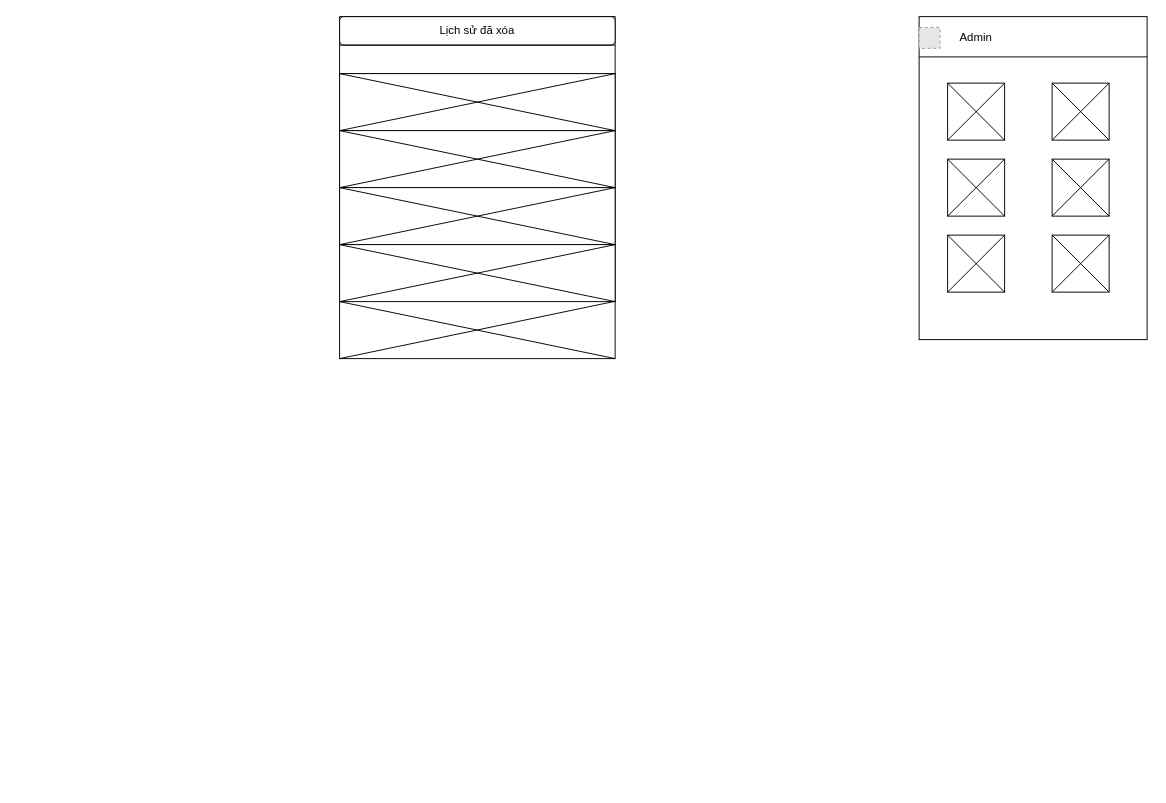
This is NVBH sequence.drawio from RomJoke/K, a draw.io file, before an edit. Source tidied: cells renumbered, new cells numbered last; positions are measured from the earlier drawing's top-left corner, leaving out a move shared by most shapes. Both pictures are drawn from the tidied source at 95%, with x=0, y=0 at pixel (339, 16). Pictures stored in the file or linked from it are replaced by grey dashed boxes.
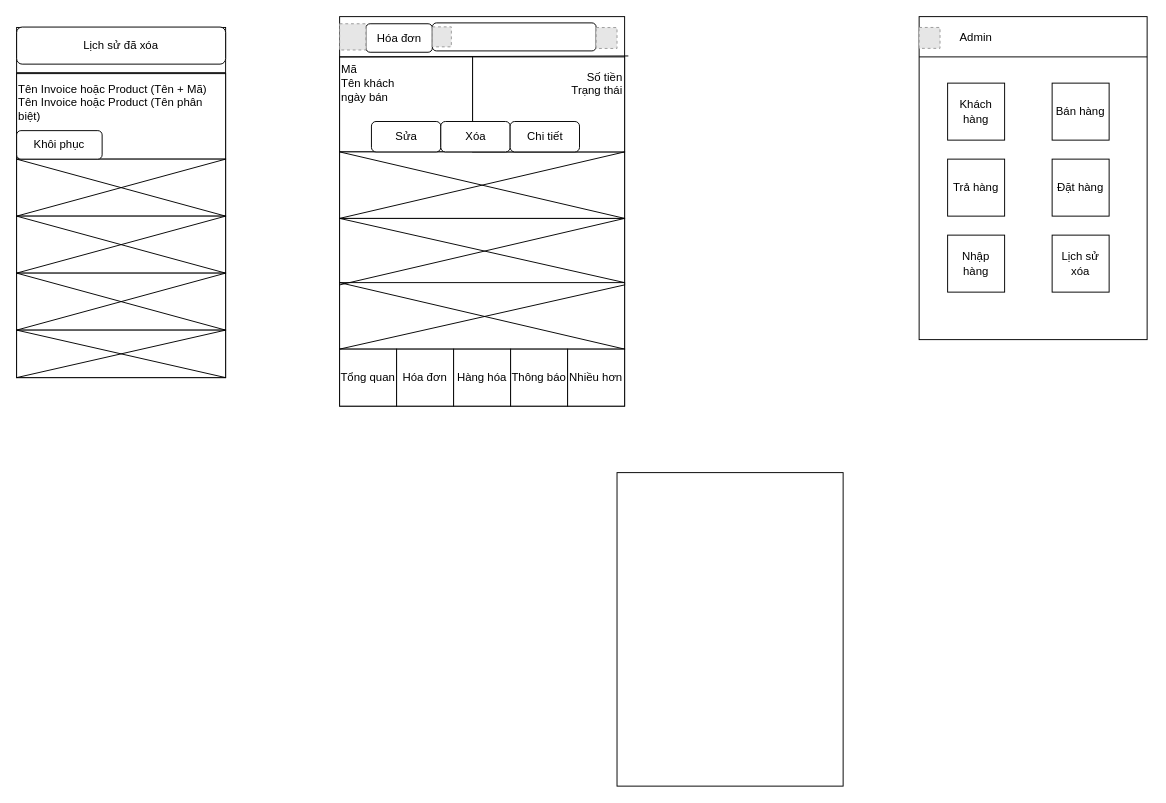
After the change.

Diff of the diagram source:
```diff
@@
     <mxCell id="2" style="rounded=0;whiteSpace=wrap;html=1;" parent="1" vertex="1">
-      <mxGeometry width="290" height="360" as="geometry" />
+      <mxGeometry width="300" height="410" as="geometry" />
     </mxCell>
-    <mxCell id="3" value="Lịch sử đã xóa" style="rounded=1;whiteSpace=wrap;html=1;align=center;" parent="1" vertex="1">
-      <mxGeometry width="290" height="30" as="geometry" />
+    <mxCell id="3" value="Hóa đơn" style="rounded=1;whiteSpace=wrap;html=1;align=center;" parent="1" vertex="1">
+      <mxGeometry x="27.6" y="7.5" width="70" height="30" as="geometry" />
     </mxCell>
-    <mxCell id="4" style="endArrow=none;html=1;rounded=0;exitX=0;exitY=0.25;exitDx=0;exitDy=0;entryX=1;entryY=0.25;entryDx=0;entryDy=0;" parent="1" edge="1">
-      <mxGeometry relative="1" as="geometry">
-        <mxPoint y="30" as="sourcePoint" />
-        <mxPoint x="290" y="30" as="targetPoint" />
-      </mxGeometry>
-    </mxCell>
@@
-    <mxCell id="8" style="whiteSpace=wrap;html=1;" parent="1" vertex="1">
+    <mxCell id="8" value="Khách hàng" style="whiteSpace=wrap;html=1;" parent="1" vertex="1">
       <mxGeometry x="640" y="70" width="60" height="60" as="geometry" />
     </mxCell>
-    <mxCell id="9" style="whiteSpace=wrap;html=1;" parent="1" vertex="1">
+    <mxCell id="9" value="Bán hàng" style="whiteSpace=wrap;html=1;" parent="1" vertex="1">
       <mxGeometry x="750" y="70" width="60" height="60" as="geometry" />
     </mxCell>
-    <mxCell id="10" style="whiteSpace=wrap;html=1;" parent="1" vertex="1">
+    <mxCell id="10" value="Trả hàng" style="whiteSpace=wrap;html=1;" parent="1" vertex="1">
       <mxGeometry x="640" y="150" width="60" height="60" as="geometry" />
     </mxCell>
-    <mxCell id="11" style="whiteSpace=wrap;html=1;" parent="1" vertex="1">
+    <mxCell id="11" value="Đặt hàng" style="whiteSpace=wrap;html=1;" parent="1" vertex="1">
       <mxGeometry x="750" y="150" width="60" height="60" as="geometry" />
     </mxCell>
-    <mxCell id="12" style="whiteSpace=wrap;html=1;" parent="1" vertex="1">
+    <mxCell id="12" value="Nhập hàng" style="whiteSpace=wrap;html=1;" parent="1" vertex="1">
       <mxGeometry x="640" y="230" width="60" height="60" as="geometry" />
     </mxCell>
-    <mxCell id="13" style="whiteSpace=wrap;html=1;" parent="1" vertex="1">
+    <mxCell id="13" value="Lịch sử xóa" style="whiteSpace=wrap;html=1;" parent="1" vertex="1">
       <mxGeometry x="750" y="230" width="60" height="60" as="geometry" />
     </mxCell>
-    <mxCell id="14" style="endArrow=none;html=1;rounded=0;entryX=0;entryY=0;entryDx=0;entryDy=0;exitX=1;exitY=1;exitDx=0;exitDy=0;" parent="1" edge="1" source="8" target="8">
-      <mxGeometry relative="1" as="geometry" />
-    </mxCell>
-    <mxCell id="15" style="endArrow=none;html=1;rounded=0;entryX=1;entryY=0;entryDx=0;entryDy=0;exitX=0;exitY=1;exitDx=0;exitDy=0;" parent="1" edge="1" source="8" target="8">
-      <mxGeometry relative="1" as="geometry" />
-    </mxCell>
-    <mxCell id="16" style="endArrow=none;html=1;rounded=0;entryX=0;entryY=0;entryDx=0;entryDy=0;exitX=1;exitY=1;exitDx=0;exitDy=0;" parent="1" edge="1" source="10" target="10">
-      <mxGeometry relative="1" as="geometry" />
-    </mxCell>
-    <mxCell id="17" style="endArrow=none;html=1;rounded=0;entryX=1;entryY=0;entryDx=0;entryDy=0;exitX=0;exitY=1;exitDx=0;exitDy=0;" parent="1" edge="1" source="10" target="10">
-      <mxGeometry relative="1" as="geometry" />
-    </mxCell>
-    <mxCell id="18" style="endArrow=none;html=1;rounded=0;entryX=1;entryY=0;entryDx=0;entryDy=0;exitX=0;exitY=1;exitDx=0;exitDy=0;" parent="1" edge="1" source="9" target="9">
-      <mxGeometry relative="1" as="geometry" />
-    </mxCell>
-    <mxCell id="19" style="endArrow=none;html=1;rounded=0;entryX=1;entryY=0;entryDx=0;entryDy=0;exitX=0;exitY=1;exitDx=0;exitDy=0;" parent="1" edge="1" source="11" target="11">
-      <mxGeometry relative="1" as="geometry" />
-    </mxCell>
-    <mxCell id="20" style="endArrow=none;html=1;rounded=0;entryX=1;entryY=0;entryDx=0;entryDy=0;exitX=0;exitY=1;exitDx=0;exitDy=0;" parent="1" edge="1" source="13" target="13">
-      <mxGeometry relative="1" as="geometry" />
-    </mxCell>
-    <mxCell id="21" style="endArrow=none;html=1;rounded=0;entryX=1;entryY=0;entryDx=0;entryDy=0;exitX=0;exitY=1;exitDx=0;exitDy=0;" parent="1" edge="1" source="12" target="12">
-      <mxGeometry relative="1" as="geometry" />
-    </mxCell>
-    <mxCell id="22" style="endArrow=none;html=1;rounded=0;entryX=0;entryY=0;entryDx=0;entryDy=0;exitX=1;exitY=1;exitDx=0;exitDy=0;" parent="1" edge="1" source="12" target="12">
-      <mxGeometry relative="1" as="geometry" />
-    </mxCell>
-    <mxCell id="23" style="endArrow=none;html=1;rounded=0;entryX=0;entryY=0;entryDx=0;entryDy=0;exitX=1;exitY=1;exitDx=0;exitDy=0;" parent="1" edge="1" source="9" target="9">
-      <mxGeometry relative="1" as="geometry" />
-    </mxCell>
-    <mxCell id="24" style="endArrow=none;html=1;rounded=0;entryX=0;entryY=0;entryDx=0;entryDy=0;exitX=1;exitY=1;exitDx=0;exitDy=0;" parent="1" edge="1" source="11" target="11">
-      <mxGeometry relative="1" as="geometry" />
-    </mxCell>
-    <mxCell id="25" style="endArrow=none;html=1;rounded=0;entryX=0;entryY=0;entryDx=0;entryDy=0;exitX=1;exitY=1;exitDx=0;exitDy=0;" parent="1" edge="1" source="13" target="13">
-      <mxGeometry relative="1" as="geometry" />
-    </mxCell>
@@
-    <mxCell id="27" style="endArrow=none;html=1;rounded=0;exitX=0;exitY=0.25;exitDx=0;exitDy=0;entryX=1;entryY=0.25;entryDx=0;entryDy=0;" parent="1" edge="1">
-      <mxGeometry relative="1" as="geometry">
-        <mxPoint y="60" as="sourcePoint" />
-        <mxPoint x="290" y="60" as="targetPoint" />
-      </mxGeometry>
-    </mxCell>
-    <mxCell id="28" style="rounded=0;whiteSpace=wrap;html=1;" parent="1" vertex="1">
-      <mxGeometry y="60" width="290" height="60" as="geometry" />
+    <mxCell id="28" value="Mã&lt;div&gt;Tên khách&lt;/div&gt;&lt;div&gt;ngày bán&lt;br&gt;&lt;div&gt;&lt;br&gt;&lt;/div&gt;&lt;div&gt;&lt;br&gt;&lt;/div&gt;&lt;div&gt;&lt;br&gt;&lt;/div&gt;&lt;/div&gt;" style="rounded=0;whiteSpace=wrap;html=1;align=left;" parent="1" vertex="1">
+      <mxGeometry y="42.4" width="140" height="100" as="geometry" />
     </mxCell>
     <mxCell id="29" style="rounded=0;whiteSpace=wrap;html=1;" parent="1" vertex="1">
-      <mxGeometry y="120" width="290" height="60" as="geometry" />
+      <mxGeometry y="142.4" width="300" height="70" as="geometry" />
     </mxCell>
     <mxCell id="30" style="rounded=0;whiteSpace=wrap;html=1;" parent="1" vertex="1">
-      <mxGeometry y="180" width="290" height="60" as="geometry" />
+      <mxGeometry y="212.4" width="300" height="70" as="geometry" />
     </mxCell>
     <mxCell id="31" style="rounded=0;whiteSpace=wrap;html=1;" parent="1" vertex="1">
-      <mxGeometry y="240" width="290" height="60" as="geometry" />
+      <mxGeometry y="280" width="300" height="70" as="geometry" />
     </mxCell>
-    <mxCell id="32" style="endArrow=none;html=1;rounded=0;exitX=0;exitY=0;exitDx=0;exitDy=0;entryX=1;entryY=0;entryDx=0;entryDy=0;" parent="1" edge="1" source="28" target="29">
-      <mxGeometry relative="1" as="geometry" />
-    </mxCell>
-    <mxCell id="33" style="endArrow=none;html=1;rounded=0;entryX=1;entryY=0;entryDx=0;entryDy=0;exitX=0;exitY=0;exitDx=0;exitDy=0;" parent="1" edge="1" source="29" target="28">
-      <mxGeometry relative="1" as="geometry" />
-    </mxCell>
+    <mxCell id="42" style="fillColor=#E6E6E6;strokeColor=#999999;dashed=1;verticalLabelPosition=bottom;verticalAlign=top;" parent="1" vertex="1">
+      <mxGeometry y="7.5" width="27.6" height="27.6" as="geometry" />
+    </mxCell>
+    <mxCell id="43" style="rounded=1;whiteSpace=wrap;html=1;" parent="1" vertex="1">
+      <mxGeometry x="97.6" y="6.6" width="172.4" height="29.5" as="geometry" />
+    </mxCell>
+    <mxCell id="44" style="fillColor=#E6E6E6;strokeColor=#999999;dashed=1;verticalLabelPosition=bottom;verticalAlign=top;" parent="1" vertex="1">
+      <mxGeometry x="97.6" y="10.8" width="20" height="21" as="geometry" />
+    </mxCell>
+    <mxCell id="45" style="fillColor=#E6E6E6;strokeColor=#999999;dashed=1;verticalLabelPosition=bottom;verticalAlign=top;" parent="1" vertex="1">
+      <mxGeometry x="270" y="11.5" width="22" height="22" as="geometry" />
+    </mxCell>
+    <mxCell id="46" value="Tổng quan" style="whiteSpace=wrap;html=1;" parent="1" vertex="1">
+      <mxGeometry y="350" width="60" height="60" as="geometry" />
+    </mxCell>
+    <mxCell id="47" value="Hóa đơn" style="whiteSpace=wrap;html=1;" parent="1" vertex="1">
+      <mxGeometry x="60" y="350" width="60" height="60" as="geometry" />
+    </mxCell>
+    <mxCell id="48" value="Hàng hóa" style="whiteSpace=wrap;html=1;" parent="1" vertex="1">
+      <mxGeometry x="120" y="350" width="60" height="60" as="geometry" />
+    </mxCell>
+    <mxCell id="49" value="Thông báo" style="whiteSpace=wrap;html=1;" parent="1" vertex="1">
+      <mxGeometry x="180" y="350" width="60" height="60" as="geometry" />
+    </mxCell>
-    <mxCell id="34" style="endArrow=none;html=1;rounded=0;exitX=0;exitY=0;exitDx=0;exitDy=0;entryX=1;entryY=1;entryDx=0;entryDy=0;" parent="1" edge="1" source="29" target="29">
+    <mxCell id="34" style="endArrow=none;html=1;rounded=0;entryX=0;entryY=0;entryDx=0;entryDy=0;exitX=1;exitY=1;exitDx=0;exitDy=0;" parent="1" edge="1" source="29" target="29">
       <mxGeometry relative="1" as="geometry" />
     </mxCell>
+    <mxCell id="50" value="&lt;div&gt;&lt;div&gt;Số tiền&lt;/div&gt;&lt;div&gt;Trạng thái&lt;/div&gt;&lt;div&gt;&lt;br&gt;&lt;/div&gt;&lt;div&gt;&lt;br&gt;&lt;/div&gt;&lt;div&gt;&lt;br&gt;&lt;/div&gt;&lt;/div&gt;" style="rounded=0;whiteSpace=wrap;html=1;align=right;" parent="1" vertex="1">
+      <mxGeometry x="140" y="42.4" width="160" height="100" as="geometry" />
+    </mxCell>
-    <mxCell id="35" style="endArrow=none;html=1;rounded=0;exitX=0;exitY=0;exitDx=0;exitDy=0;entryX=1;entryY=0;entryDx=0;entryDy=0;" parent="1" edge="1" source="30" target="29">
+    <mxCell id="35" style="endArrow=none;html=1;rounded=0;entryX=1;entryY=0;entryDx=0;entryDy=0;exitX=0;exitY=0;exitDx=0;exitDy=0;" parent="1" edge="1" source="30" target="29">
       <mxGeometry relative="1" as="geometry" />
     </mxCell>
-    <mxCell id="36" style="endArrow=none;html=1;rounded=0;exitX=0;exitY=1;exitDx=0;exitDy=0;entryX=1;entryY=0;entryDx=0;entryDy=0;" parent="1" edge="1" source="30" target="30">
-      <mxGeometry relative="1" as="geometry" />
-    </mxCell>
-    <mxCell id="37" style="endArrow=none;html=1;rounded=0;entryX=0;entryY=0;entryDx=0;entryDy=0;exitX=1;exitY=1;exitDx=0;exitDy=0;" parent="1" edge="1" source="30" target="30">
-      <mxGeometry relative="1" as="geometry" />
-    </mxCell>
-    <mxCell id="38" style="endArrow=none;html=1;rounded=0;entryX=0;entryY=0;entryDx=0;entryDy=0;exitX=1;exitY=1;exitDx=0;exitDy=0;" parent="1" edge="1" source="31" target="31">
-      <mxGeometry relative="1" as="geometry" />
-    </mxCell>
-    <mxCell id="39" style="endArrow=none;html=1;rounded=0;entryX=1;entryY=0;entryDx=0;entryDy=0;exitX=0;exitY=1;exitDx=0;exitDy=0;" parent="1" edge="1" source="31" target="31">
-      <mxGeometry relative="1" as="geometry" />
-    </mxCell>
-    <mxCell id="40" style="endArrow=none;html=1;rounded=0;entryX=0;entryY=0;entryDx=0;entryDy=0;exitX=1;exitY=1;exitDx=0;exitDy=0;" parent="1" edge="1" source="2">
-      <mxGeometry relative="1" as="geometry">
-        <mxPoint y="300" as="targetPoint" />
-      </mxGeometry>
-    </mxCell>
-    <mxCell id="41" style="endArrow=none;html=1;rounded=0;entryX=1.002;entryY=0.832;entryDx=0;entryDy=0;entryPerimeter=0;exitX=0;exitY=1;exitDx=0;exitDy=0;" parent="1" edge="1" source="2" target="2">
-      <mxGeometry relative="1" as="geometry" />
-    </mxCell>
+    <mxCell id="51" style="endArrow=none;html=1;rounded=0;entryX=1;entryY=0;entryDx=0;entryDy=0;exitX=0;exitY=1;exitDx=0;exitDy=0;" parent="1" edge="1" source="30" target="30">
+      <mxGeometry relative="1" as="geometry" />
+    </mxCell>
+    <mxCell id="52" style="endArrow=none;html=1;rounded=0;entryX=0;entryY=0;entryDx=0;entryDy=0;exitX=1;exitY=0;exitDx=0;exitDy=0;" parent="1" edge="1" source="31" target="30">
+      <mxGeometry relative="1" as="geometry" />
+    </mxCell>
+    <mxCell id="53" style="endArrow=none;html=1;rounded=0;exitX=0;exitY=0;exitDx=0;exitDy=0;entryX=1;entryY=1;entryDx=0;entryDy=0;" parent="1" edge="1" source="46" target="30">
+      <mxGeometry relative="1" as="geometry" />
+    </mxCell>
+    <mxCell id="54" style="endArrow=none;html=1;rounded=0;entryX=0;entryY=0;entryDx=0;entryDy=0;exitX=1;exitY=1;exitDx=0;exitDy=0;" parent="1" edge="1" source="31" target="31">
+      <mxGeometry relative="1" as="geometry" />
+    </mxCell>
+    <mxCell id="55" value="Nhiều hơn" style="whiteSpace=wrap;html=1;" parent="1" vertex="1">
+      <mxGeometry x="240" y="350" width="60" height="60" as="geometry" />
+    </mxCell>
+    <mxCell id="56" style="rounded=0;whiteSpace=wrap;html=1;" parent="1" vertex="1">
+      <mxGeometry x="-340" y="11.4" width="220" height="368.6" as="geometry" />
+    </mxCell>
+    <mxCell id="57" value="Lịch sử đã xóa" style="rounded=1;whiteSpace=wrap;html=1;" parent="1" vertex="1">
+      <mxGeometry x="-340" y="11" width="220" height="39" as="geometry" />
+    </mxCell>
+    <mxCell id="58" value="Tên Invoice hoặc Product (Tên + Mã)&lt;div&gt;Tên Invoice hoặc Product (Tên phân biệt)&lt;/div&gt;&lt;div&gt;&lt;br&gt;&lt;/div&gt;&lt;div&gt;&lt;br&gt;&lt;/div&gt;" style="rounded=0;whiteSpace=wrap;html=1;align=left;" parent="1" vertex="1">
+      <mxGeometry x="-340" y="60" width="220" height="90" as="geometry" />
+    </mxCell>
+    <mxCell id="59" style="endArrow=none;html=1;rounded=0;entryX=1;entryY=0.5;entryDx=0;entryDy=0;exitX=0;exitY=0.5;exitDx=0;exitDy=0;" parent="1" edge="1">
+      <mxGeometry relative="1" as="geometry">
+        <mxPoint x="-340" y="59" as="sourcePoint" />
+        <mxPoint x="-120" y="59" as="targetPoint" />
+      </mxGeometry>
+    </mxCell>
+    <mxCell id="60" style="rounded=0;whiteSpace=wrap;html=1;" parent="1" vertex="1">
+      <mxGeometry x="-340" y="150" width="220" height="60" as="geometry" />
+    </mxCell>
+    <mxCell id="61" style="rounded=0;whiteSpace=wrap;html=1;" parent="1" vertex="1">
+      <mxGeometry x="-340" y="210" width="220" height="60" as="geometry" />
+    </mxCell>
+    <mxCell id="62" style="rounded=0;whiteSpace=wrap;html=1;" parent="1" vertex="1">
+      <mxGeometry x="-340" y="270" width="220" height="60" as="geometry" />
+    </mxCell>
+    <mxCell id="63" style="rounded=0;whiteSpace=wrap;html=1;" parent="1" vertex="1">
+      <mxGeometry x="-340" y="330" width="220" height="50" as="geometry" />
+    </mxCell>
+    <mxCell id="64" style="endArrow=none;html=1;rounded=0;entryX=0;entryY=0;entryDx=0;entryDy=0;exitX=1;exitY=1;exitDx=0;exitDy=0;" parent="1" edge="1" source="60" target="60">
+      <mxGeometry relative="1" as="geometry" />
+    </mxCell>
+    <mxCell id="65" style="endArrow=none;html=1;rounded=0;entryX=1;entryY=0;entryDx=0;entryDy=0;exitX=0;exitY=1;exitDx=0;exitDy=0;" parent="1" edge="1" source="60" target="60">
+      <mxGeometry relative="1" as="geometry" />
+    </mxCell>
+    <mxCell id="66" style="endArrow=none;html=1;rounded=0;entryX=1;entryY=0;entryDx=0;entryDy=0;exitX=0;exitY=0;exitDx=0;exitDy=0;" parent="1" edge="1" source="62" target="61">
+      <mxGeometry relative="1" as="geometry" />
+    </mxCell>
+    <mxCell id="67" style="endArrow=none;html=1;rounded=0;entryX=0;entryY=0;entryDx=0;entryDy=0;exitX=1;exitY=1;exitDx=0;exitDy=0;" parent="1" edge="1" source="61" target="61">
+      <mxGeometry relative="1" as="geometry" />
+    </mxCell>
+    <mxCell id="68" style="endArrow=none;html=1;rounded=0;entryX=1;entryY=0;entryDx=0;entryDy=0;exitX=0;exitY=1;exitDx=0;exitDy=0;" parent="1" edge="1" source="62" target="62">
+      <mxGeometry relative="1" as="geometry" />
+    </mxCell>
+    <mxCell id="69" style="endArrow=none;html=1;rounded=0;entryX=0;entryY=0;entryDx=0;entryDy=0;exitX=1;exitY=1;exitDx=0;exitDy=0;" parent="1" edge="1" source="62" target="62">
+      <mxGeometry relative="1" as="geometry" />
+    </mxCell>
+    <mxCell id="70" style="endArrow=none;html=1;rounded=0;entryX=0;entryY=0;entryDx=0;entryDy=0;exitX=1;exitY=1;exitDx=0;exitDy=0;" parent="1" edge="1" source="63" target="63">
+      <mxGeometry relative="1" as="geometry" />
+    </mxCell>
+    <mxCell id="71" style="endArrow=none;html=1;rounded=0;entryX=1;entryY=0;entryDx=0;entryDy=0;exitX=0;exitY=1;exitDx=0;exitDy=0;" parent="1" edge="1" source="63" target="63">
+      <mxGeometry relative="1" as="geometry" />
+    </mxCell>
+    <mxCell id="72" value="Khôi phục" style="rounded=1;whiteSpace=wrap;html=1;" parent="1" vertex="1">
+      <mxGeometry x="-340" y="120" width="90" height="30" as="geometry" />
+    </mxCell>
+    <mxCell id="73" style="rounded=0;whiteSpace=wrap;html=1;" parent="1" vertex="1">
+      <mxGeometry x="292" y="480" width="238" height="330" as="geometry" />
+    </mxCell>
+    <mxCell id="74" style="endArrow=none;html=1;rounded=0;entryX=1.013;entryY=0.101;entryDx=0;entryDy=0;exitX=0;exitY=0.5;exitDx=0;exitDy=0;entryPerimeter=0;" parent="1" edge="1" target="2">
+      <mxGeometry relative="1" as="geometry">
+        <mxPoint y="42.4" as="sourcePoint" />
+      </mxGeometry>
+    </mxCell>
+    <mxCell id="75" value="Sửa" style="rounded=1;whiteSpace=wrap;html=1;" parent="1" vertex="1">
+      <mxGeometry x="33.5" y="110.4" width="73" height="32" as="geometry" />
+    </mxCell>
+    <mxCell id="76" value="Xóa" style="rounded=1;whiteSpace=wrap;html=1;" parent="1" vertex="1">
+      <mxGeometry x="106.5" y="110.4" width="73" height="32" as="geometry" />
+    </mxCell>
+    <mxCell id="77" value="Chi tiết" style="rounded=1;whiteSpace=wrap;html=1;" parent="1" vertex="1">
+      <mxGeometry x="179.5" y="110.4" width="73" height="32" as="geometry" />
+    </mxCell>
```
